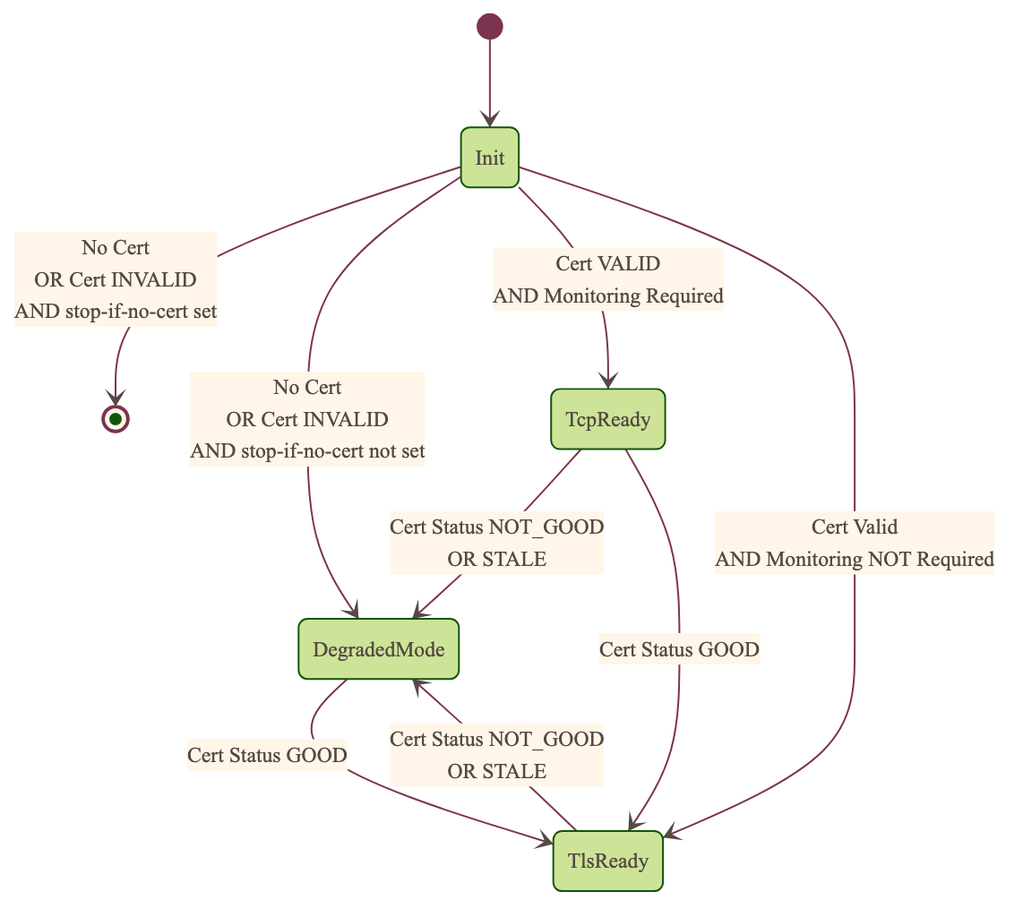
george-mcintyre/pvxs keeps this Mermaid diagram as documentation/spva_server_tls_context.png. Above is the earlier version. Its source is kept beside it as documentation/diagram_specs/spva_server_tls_context.mmd. The source it was exported from:
```mermaid
%%{init: {
    'theme': 'forest',
    'themeVariables': {
        'noteBkgColor': '#fff6e9',
        'noteBorderColor': '#7c334f',
        'noteTextColor': '#544943',
        'stateBkg': '#cde498',
        'stateBorder': '#7c334f',
        'stateTextColor': '#544943',
        'fontFamily': 'Georgia Serif',
        'fontSize': '12px',
        'stateLabelColor': '#544943',
        'stateTextColor': '#544943',
        'stateBorderColor': '#7c334f',
        'mainBkg': '#fff6e9',
        'textColor': '#544943',
        'lineColor': '#7c334f',
        'edgeLabelBackground': '#fff6e9',
        'tertiaryColor': '#fff6e9'
    }
}}%%
stateDiagram-v2
    direction TB
    [*] --> Init

    Init --> [*] : No Cert<br>OR Cert INVALID<br>AND stop-if-no-cert set
    Init --> DegradedMode: No Cert<br>OR Cert INVALID<br>AND stop-if-no-cert not set
    Init --> TcpReady: Cert VALID<br>AND Monitoring Required
    Init --> TlsReady: Cert Valid<br>AND Monitoring NOT Required

    TcpReady --> DegradedMode: Cert Status NOT_GOOD<br>OR STALE
    TcpReady --> TlsReady: Cert Status GOOD

    DegradedMode --> TlsReady: Cert Status GOOD

    TlsReady --> DegradedMode: Cert Status NOT_GOOD<br>OR STALE
```
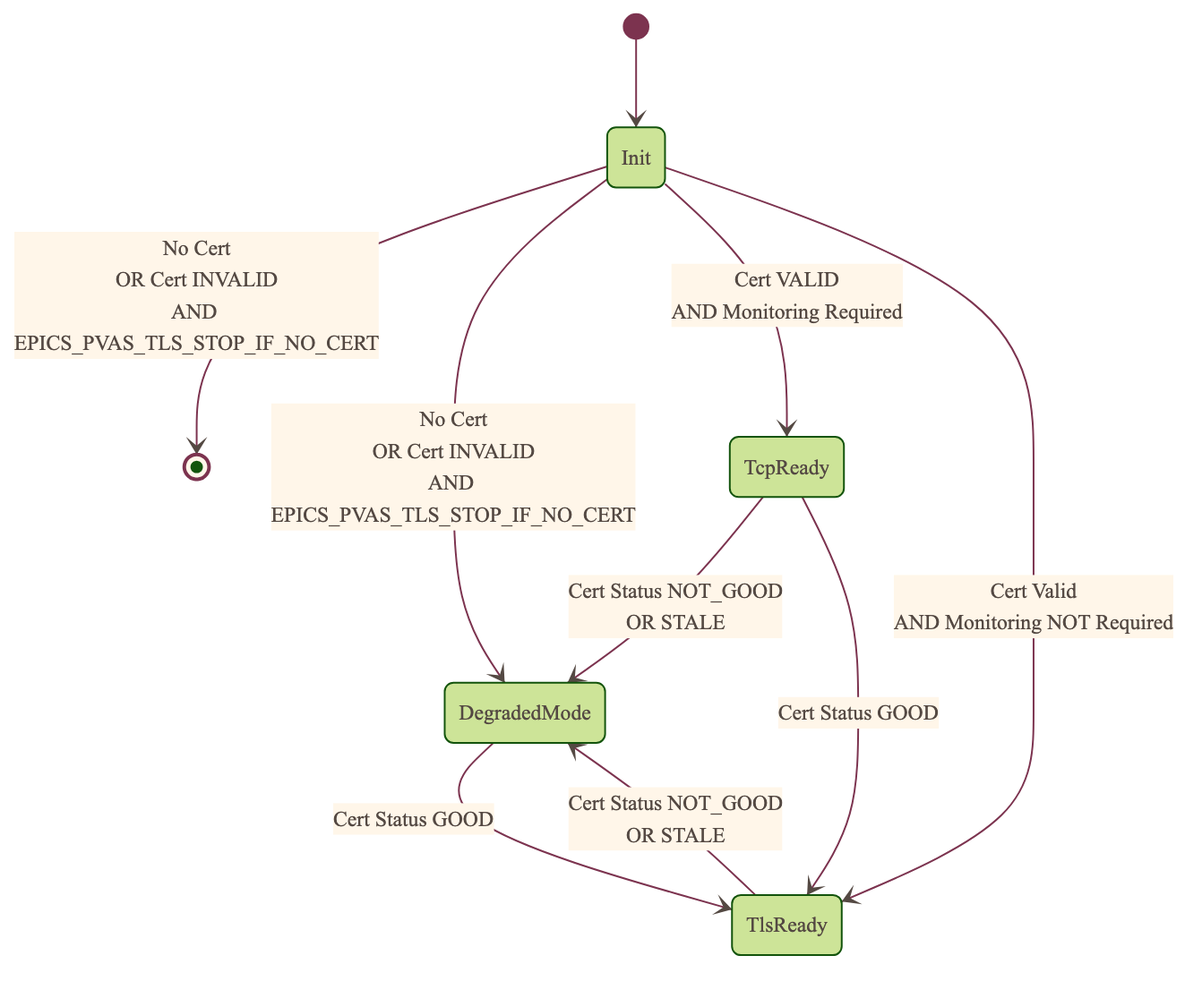
Above is the later version.

Change to the diagram source:
```diff
@@ -23,8 +23,8 @@
     direction TB
     [*] --> Init
 
-    Init --> [*] : No Cert<br>OR Cert INVALID<br>AND stop-if-no-cert set
-    Init --> DegradedMode: No Cert<br>OR Cert INVALID<br>AND stop-if-no-cert not set
+    Init --> [*] : No Cert<br>OR Cert INVALID<br>AND EPICS_PVAS_TLS_STOP_IF_NO_CERT
+    Init --> DegradedMode: No Cert<br>OR Cert INVALID<br>AND NOT EPICS_PVAS_TLS_STOP_IF_NO_CERT
     Init --> TcpReady: Cert VALID<br>AND Monitoring Required
     Init --> TlsReady: Cert Valid<br>AND Monitoring NOT Required
 
```
